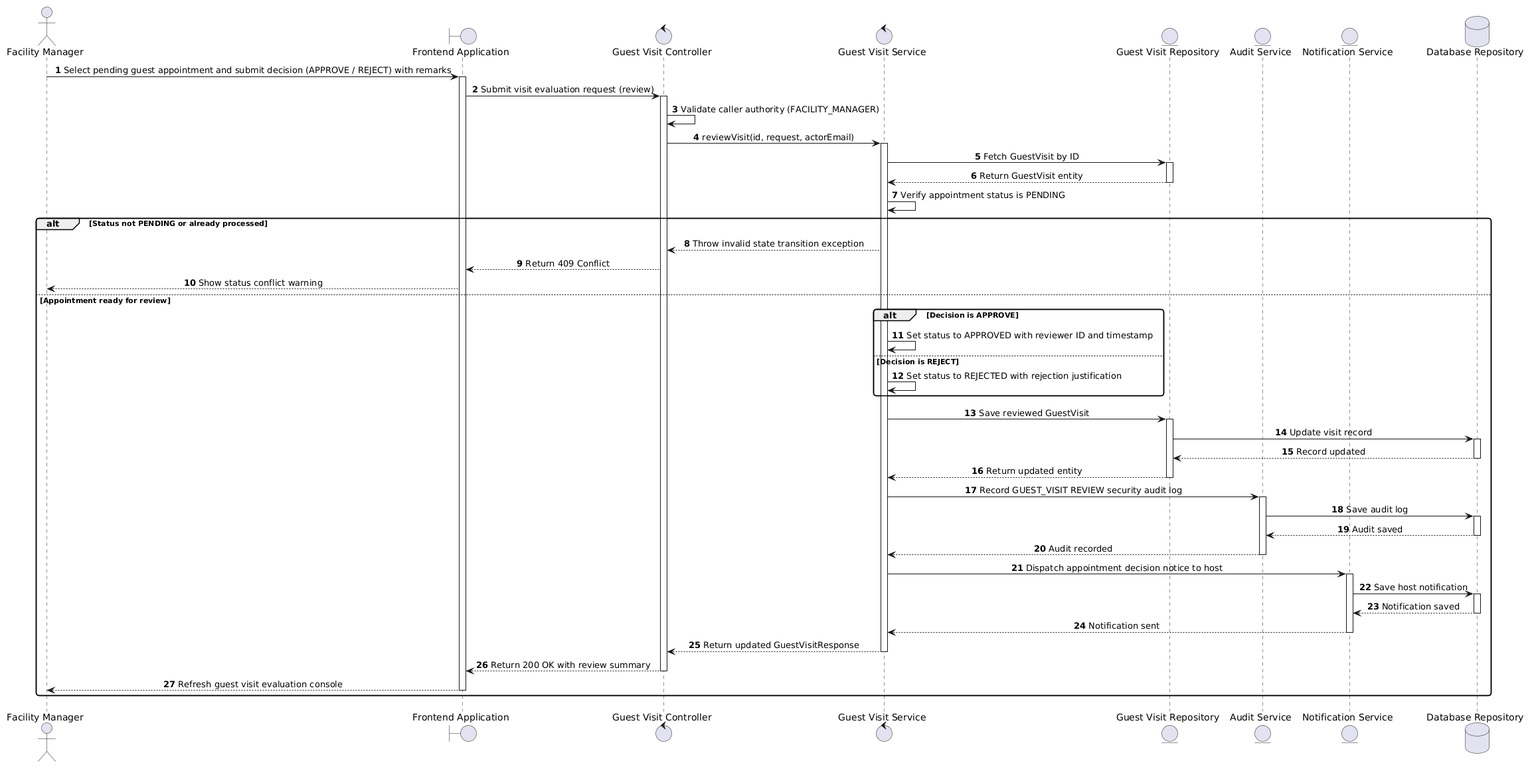
The PlantUML diagram docs/diagrams/seq_3.8.2.png in AnhHao2505/AI-Based-Intelligent-Campus-Security-Surveillance-System, before a commit.
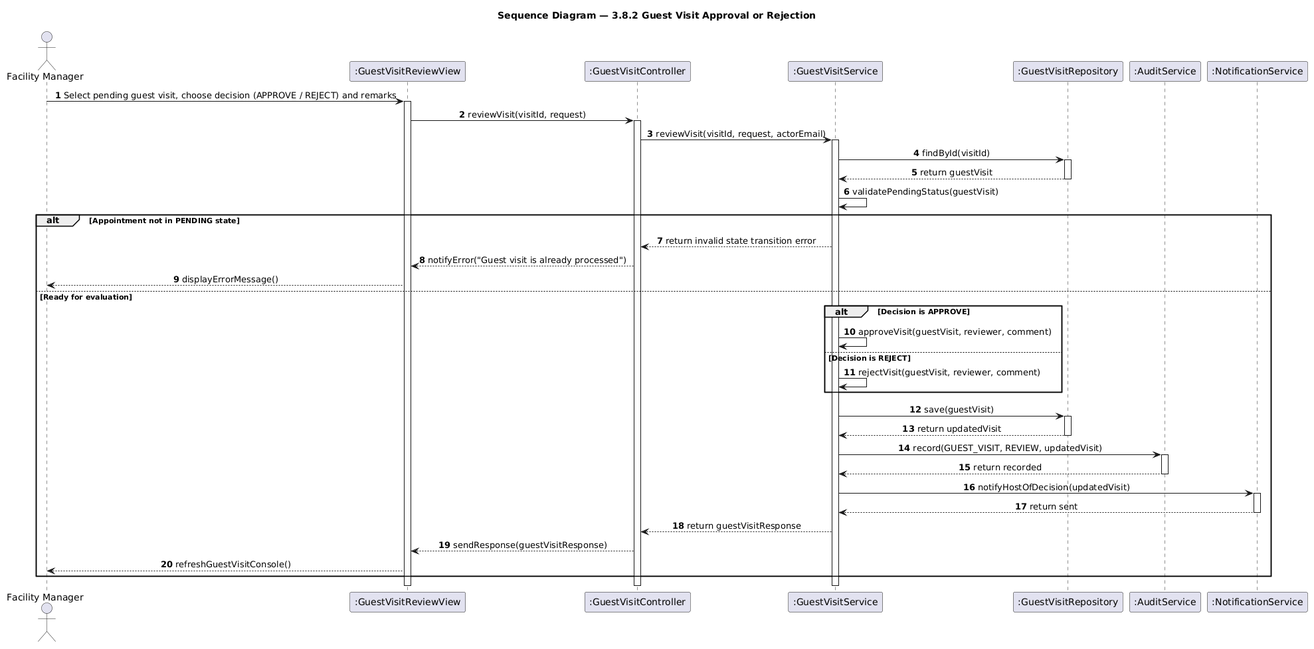
After the change.

Change to the diagram source:
```diff
@@ -1,79 +1,59 @@
 @startuml
 skinparam shadowing false
-skinparam monochrome false
-skinparam roundcorner 8
-skinparam defaultFontName Arial
 skinparam sequenceMessageAlign center
-
 autonumber
 
+title Sequence Diagram — 3.8.2 Guest Visit Approval or Rejection
+
 actor "Facility Manager" as FM
-boundary "Frontend Application" as App
-control "Guest Visit Controller" as Controller
-control "Guest Visit Service" as Service
-entity "Guest Visit Repository" as VisitRepo
-entity "Audit Service" as Audit
-entity "Notification Service" as Notif
-database "Database Repository" as DB
+participant ":GuestVisitReviewView" as View
+participant ":GuestVisitController" as Controller
+participant ":GuestVisitService" as Service
+participant ":GuestVisitRepository" as VisitRepo
+participant ":AuditService" as Audit
+participant ":NotificationService" as Notif
 
-FM -> App : Select pending guest appointment and submit decision (APPROVE / REJECT) with remarks
-activate App
-App -> Controller : Submit visit evaluation request (review)
+FM -> View : Select pending guest visit, choose decision (APPROVE / REJECT) and remarks
+activate View
+View -> Controller : reviewVisit(visitId, request)
 activate Controller
-
-Controller -> Controller : Validate caller authority (FACILITY_MANAGER)
-Controller -> Service : reviewVisit(id, request, actorEmail)
+Controller -> Service : reviewVisit(visitId, request, actorEmail)
 activate Service
 
-Service -> VisitRepo : Fetch GuestVisit by ID
+Service -> VisitRepo : findById(visitId)
 activate VisitRepo
-VisitRepo --> Service : Return GuestVisit entity
+VisitRepo --> Service : return guestVisit
 deactivate VisitRepo
 
-Service -> Service : Verify appointment status is PENDING
-alt Status not PENDING or already processed
-    Service --> Controller : Throw invalid state transition exception
-    Controller --> App : Return 409 Conflict
-    App --> FM : Show status conflict warning
-else Appointment ready for review
+Service -> Service : validatePendingStatus(guestVisit)
+
+alt Appointment not in PENDING state
+    Service --> Controller : return invalid state transition error
+    Controller --> View : notifyError("Guest visit is already processed")
+    View --> FM : displayErrorMessage()
+else Ready for evaluation
     alt Decision is APPROVE
-        Service -> Service : Set status to APPROVED with reviewer ID and timestamp
+        Service -> Service : approveVisit(guestVisit, reviewer, comment)
     else Decision is REJECT
-        Service -> Service : Set status to REJECTED with rejection justification
+        Service -> Service : rejectVisit(guestVisit, reviewer, comment)
     end
-
-    Service -> VisitRepo : Save reviewed GuestVisit
+    Service -> VisitRepo : save(guestVisit)
     activate VisitRepo
-    VisitRepo -> DB : Update visit record
-    activate DB
-    DB --> VisitRepo : Record updated
-    deactivate DB
-    VisitRepo --> Service : Return updated entity
+    VisitRepo --> Service : return updatedVisit
     deactivate VisitRepo
-
-    Service -> Audit : Record GUEST_VISIT REVIEW security audit log
+    Service -> Audit : record(GUEST_VISIT, REVIEW, updatedVisit)
     activate Audit
-    Audit -> DB : Save audit log
-    activate DB
-    DB --> Audit : Audit saved
-    deactivate DB
-    Audit --> Service : Audit recorded
+    Audit --> Service : return recorded
     deactivate Audit
-
-    Service -> Notif : Dispatch appointment decision notice to host
+    Service -> Notif : notifyHostOfDecision(updatedVisit)
     activate Notif
-    Notif -> DB : Save host notification
-    activate DB
-    DB --> Notif : Notification saved
-    deactivate DB
-    Notif --> Service : Notification sent
+    Notif --> Service : return sent
     deactivate Notif
-
-    Service --> Controller : Return updated GuestVisitResponse
-    deactivate Service
-    Controller --> App : Return 200 OK with review summary
-    deactivate Controller
-    App --> FM : Refresh guest visit evaluation console
-    deactivate App
+    Service --> Controller : return guestVisitResponse
+    Controller --> View : sendResponse(guestVisitResponse)
+    View --> FM : refreshGuestVisitConsole()
 end
+deactivate Service
+deactivate Controller
+deactivate View
 @enduml
```
